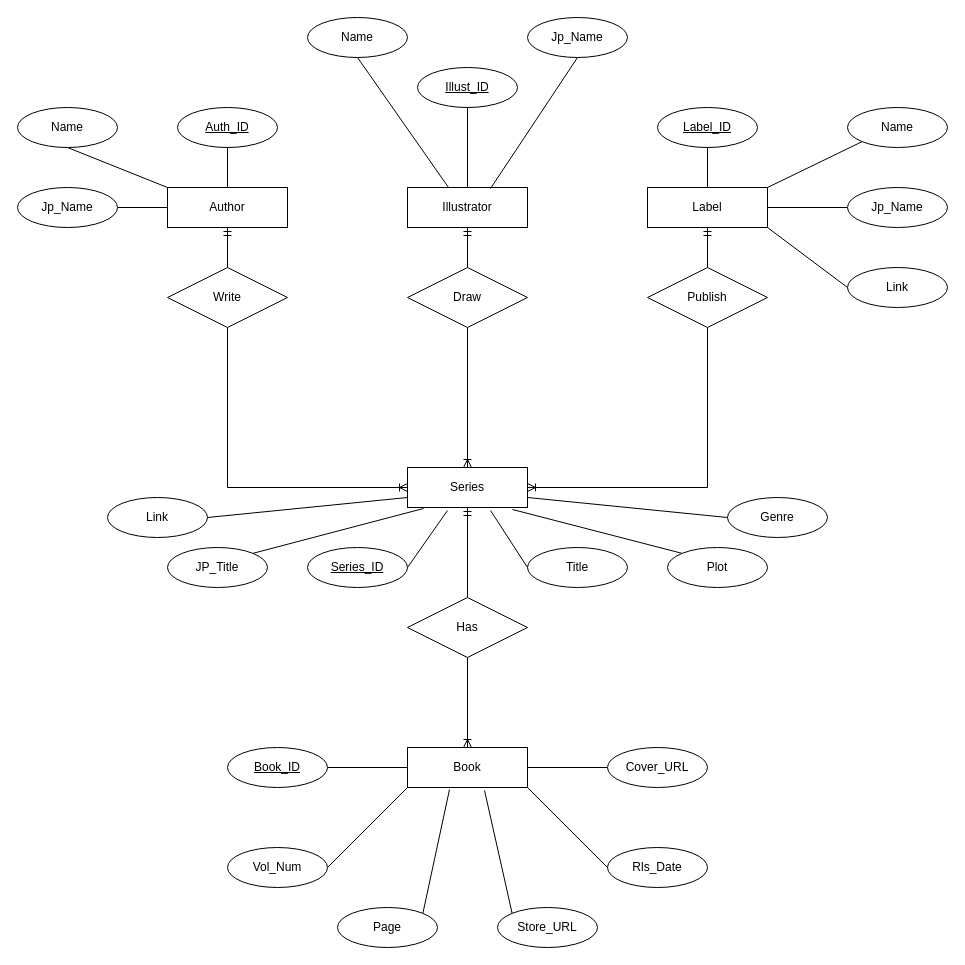
Before: page "ERD" (1 of 2) of wiki/Diagrams.drawio in alvarodwi/project-datsys, a draw.io diagram. Source tidied: cells renumbered, new cells numbered last; positions are measured from the earlier drawing's top-left corner, leaving out a move shared by most shapes. Both pictures are drawn from the tidied source at 100%, with x=0, y=0 at pixel (17, 17).
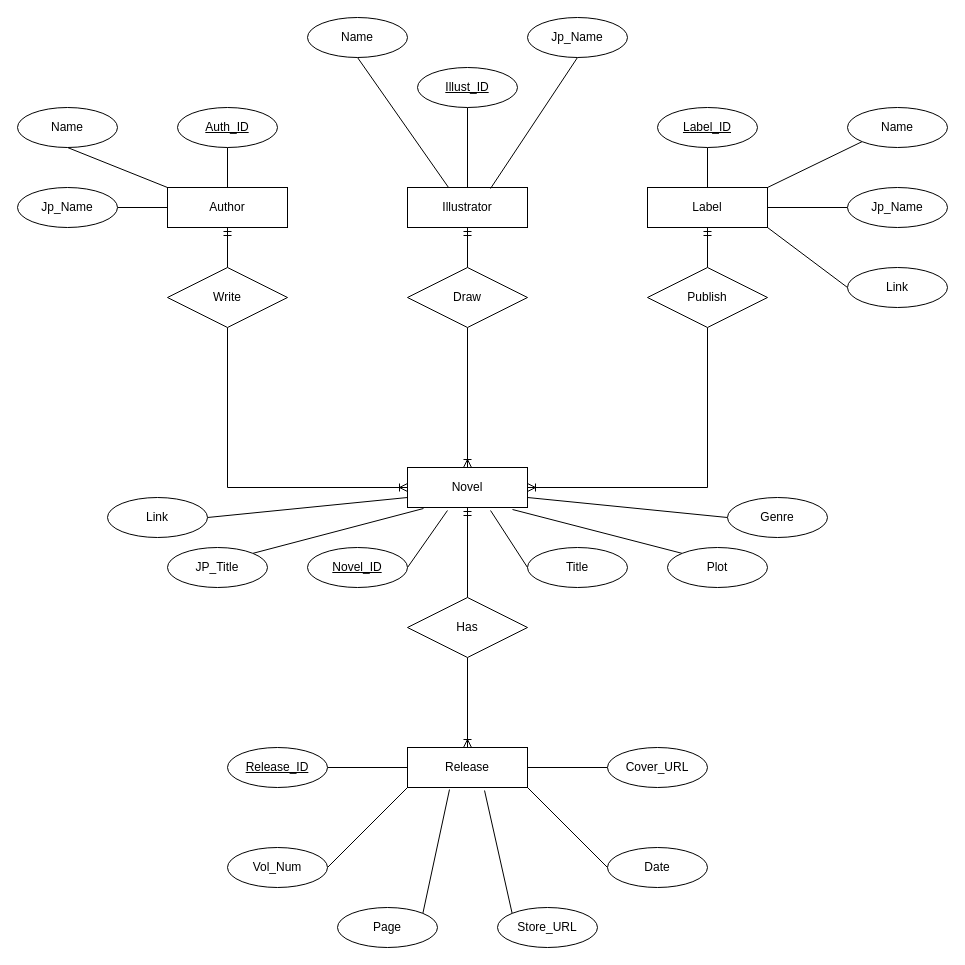
The same diagram, later.

What changed in the source:
```diff
@@
-    <mxCell id="2" value="Series" style="rounded=0;whiteSpace=wrap;html=1;" parent="1" vertex="1">
+    <mxCell id="2" value="Novel" style="rounded=0;whiteSpace=wrap;html=1;" parent="1" vertex="1">
       <mxGeometry x="390" y="450" width="120" height="40" as="geometry" />
     </mxCell>
@@
-    <mxCell id="8" value="Book" style="rounded=0;whiteSpace=wrap;html=1;" parent="1" vertex="1">
+    <mxCell id="8" value="Release" style="rounded=0;whiteSpace=wrap;html=1;" parent="1" vertex="1">
       <mxGeometry x="390" y="730" width="120" height="40" as="geometry" />
     </mxCell>
@@
-    <mxCell id="41" value="&lt;u&gt;Series_ID&lt;/u&gt;" style="ellipse;whiteSpace=wrap;html=1;align=center;" parent="1" vertex="1">
+    <mxCell id="41" value="&lt;u&gt;Novel_ID&lt;/u&gt;" style="ellipse;whiteSpace=wrap;html=1;align=center;" parent="1" vertex="1">
       <mxGeometry x="290" y="530" width="100" height="40" as="geometry" />
     </mxCell>
@@
-    <mxCell id="53" value="&lt;u&gt;Book_ID&lt;/u&gt;" style="ellipse;whiteSpace=wrap;html=1;align=center;" parent="1" vertex="1">
+    <mxCell id="53" value="&lt;u&gt;Release_ID&lt;/u&gt;" style="ellipse;whiteSpace=wrap;html=1;align=center;" parent="1" vertex="1">
       <mxGeometry x="210" y="730" width="100" height="40" as="geometry" />
     </mxCell>
@@
-    <mxCell id="59" value="Rls_Date" style="ellipse;whiteSpace=wrap;html=1;align=center;" parent="1" vertex="1">
+    <mxCell id="59" value="Date" style="ellipse;whiteSpace=wrap;html=1;align=center;" parent="1" vertex="1">
       <mxGeometry x="590" y="830" width="100" height="40" as="geometry" />
     </mxCell>
```
